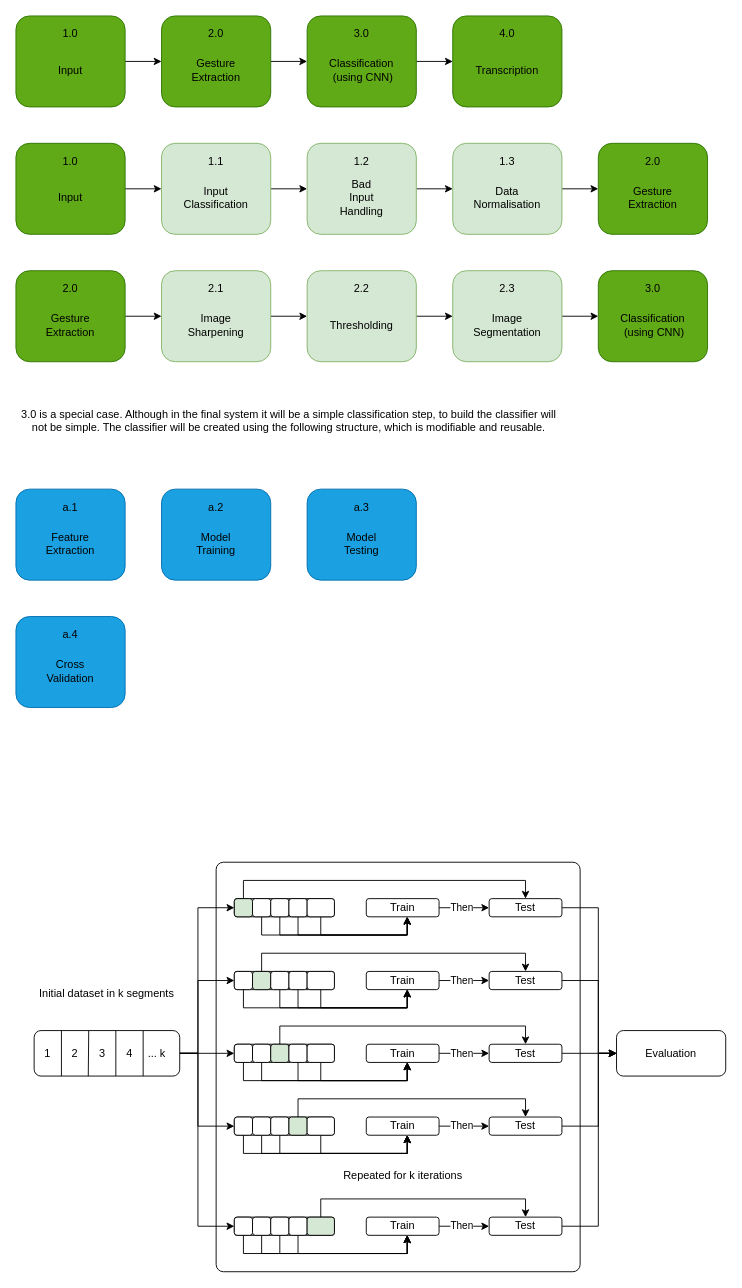
Earlier version of the draw.io diagram Untitled Diagram.drawio (Inkletblot/drawio). Source tidied: cells renumbered, new cells numbered last; positions are measured from the earlier drawing's top-left corner, leaving out a move shared by most shapes. Both pictures are drawn from the tidied source at 91%, with x=0, y=0 at pixel (15, 15).
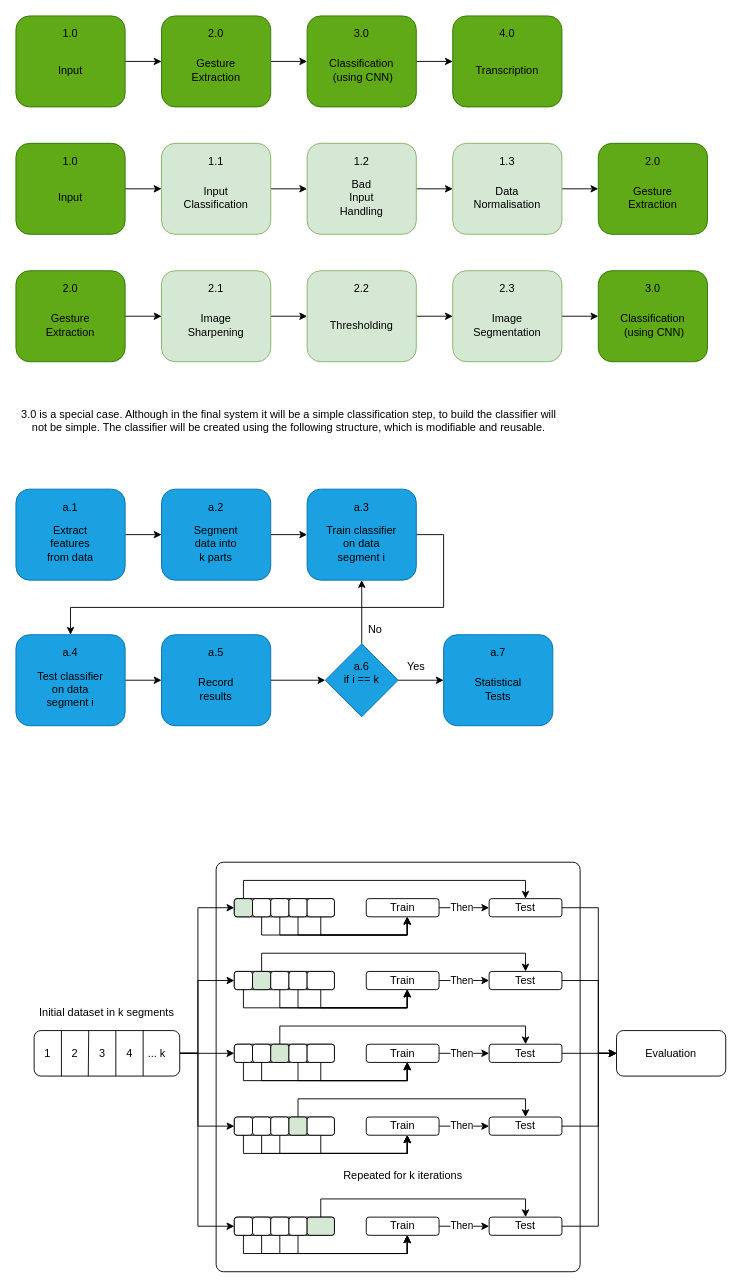
After the change.

The change refers to these unchanged cells:
```xml
<mxCell id="11" style="rounded=1;whiteSpace=wrap;html=1;fillColor=#1ba1e2;fontColor=#ffffff;strokeColor=#006EAF;" parent="1" vertex="1">
  <mxGeometry y="520" width="120" height="100" as="geometry" />
</mxCell>
<mxCell id="46" style="rounded=1;whiteSpace=wrap;html=1;fillColor=#1ba1e2;fontColor=#ffffff;strokeColor=#006EAF;" parent="1" vertex="1">
  <mxGeometry x="160" y="520" width="120" height="100" as="geometry" />
</mxCell>
<mxCell id="49" style="rounded=1;whiteSpace=wrap;html=1;fillColor=#1ba1e2;fontColor=#ffffff;strokeColor=#006EAF;" parent="1" vertex="1">
  <mxGeometry x="320" y="520" width="120" height="100" as="geometry" />
</mxCell>
```

Diff of the diagram source:
```diff
@@
+    <mxCell id="162" style="edgeStyle=orthogonalEdgeStyle;rounded=0;jettySize=auto;html=1;" parent="1" edge="1" source="11" target="46">
+      <mxGeometry relative="1" as="geometry" />
+    </mxCell>
@@
-    <mxCell id="13" value="Feature Extraction" style="text;html=1;strokeColor=none;fillColor=none;align=center;verticalAlign=middle;whiteSpace=wrap;rounded=0;" parent="1" vertex="1">
-      <mxGeometry x="40" y="570" width="40" height="20" as="geometry" />
+    <mxCell id="13" value="Extract features from data" style="text;html=1;strokeColor=none;fillColor=none;align=center;verticalAlign=middle;whiteSpace=wrap;rounded=0;" parent="1" vertex="1">
+      <mxGeometry x="30" y="570" width="60" height="20" as="geometry" />
     </mxCell>
@@
+    <mxCell id="163" style="edgeStyle=orthogonalEdgeStyle;rounded=0;jettySize=auto;html=1;" parent="1" edge="1" source="46" target="49">
+      <mxGeometry relative="1" as="geometry" />
+    </mxCell>
@@
-    <mxCell id="48" value="&lt;div&gt;Model Training&lt;/div&gt;" style="text;html=1;strokeColor=none;fillColor=none;align=center;verticalAlign=middle;whiteSpace=wrap;rounded=0;" parent="1" vertex="1">
+    <mxCell id="48" value="Segment data into k parts" style="text;html=1;strokeColor=none;fillColor=none;align=center;verticalAlign=middle;whiteSpace=wrap;rounded=0;" parent="1" vertex="1">
       <mxGeometry x="200" y="570" width="40" height="20" as="geometry" />
     </mxCell>
+    <mxCell id="164" style="edgeStyle=orthogonalEdgeStyle;rounded=0;jettySize=auto;html=1;" parent="1" edge="1" source="49" target="166">
+      <mxGeometry relative="1" as="geometry">
+        <Array as="points">
+          <mxPoint x="470" y="570" />
+          <mxPoint x="470" y="650" />
+          <mxPoint x="60" y="650" />
+        </Array>
+      </mxGeometry>
+    </mxCell>
@@
-    <mxCell id="51" value="Model Testing" style="text;html=1;strokeColor=none;fillColor=none;align=center;verticalAlign=middle;whiteSpace=wrap;rounded=0;" parent="1" vertex="1">
-      <mxGeometry x="360" y="570" width="40" height="20" as="geometry" />
+    <mxCell id="51" value="&lt;div&gt;Train classifier on data segment i&lt;/div&gt;" style="text;html=1;strokeColor=none;fillColor=none;align=center;verticalAlign=middle;whiteSpace=wrap;rounded=0;" parent="1" vertex="1">
+      <mxGeometry x="335" y="570" width="90" height="20" as="geometry" />
     </mxCell>
     <mxCell id="52" style="rounded=1;whiteSpace=wrap;html=1;fillColor=#1ba1e2;fontColor=#ffffff;strokeColor=#006EAF;" parent="1" vertex="1">
-      <mxGeometry y="660" width="120" height="100" as="geometry" />
+      <mxGeometry x="470" y="680" width="120" height="100" as="geometry" />
     </mxCell>
-    <mxCell id="53" value="a.4" style="text;html=1;strokeColor=none;fillColor=none;align=center;verticalAlign=middle;whiteSpace=wrap;rounded=0;" parent="1" vertex="1">
-      <mxGeometry x="40" y="670" width="40" height="20" as="geometry" />
+    <mxCell id="53" value="a.7" style="text;html=1;strokeColor=none;fillColor=none;align=center;verticalAlign=middle;whiteSpace=wrap;rounded=0;" parent="1" vertex="1">
+      <mxGeometry x="510" y="690" width="40" height="20" as="geometry" />
     </mxCell>
-    <mxCell id="54" value="Cross Validation" style="text;html=1;strokeColor=none;fillColor=none;align=center;verticalAlign=middle;whiteSpace=wrap;rounded=0;" parent="1" vertex="1">
-      <mxGeometry x="40" y="710" width="40" height="20" as="geometry" />
+    <mxCell id="54" value="&lt;div&gt;Statistical Tests&lt;/div&gt;" style="text;html=1;strokeColor=none;fillColor=none;align=center;verticalAlign=middle;whiteSpace=wrap;rounded=0;" parent="1" vertex="1">
+      <mxGeometry x="510" y="730" width="40" height="20" as="geometry" />
     </mxCell>
@@
     <mxCell id="75" value="Initial dataset in k segments" style="text;html=1;strokeColor=none;fillColor=none;align=center;verticalAlign=middle;whiteSpace=wrap;rounded=0;" parent="1" vertex="1">
-      <mxGeometry x="20" y="1060" width="160" height="30" as="geometry" />
+      <mxGeometry x="20" y="1080" width="160" height="30" as="geometry" />
     </mxCell>
@@
+    <mxCell id="165" style="edgeStyle=orthogonalEdgeStyle;rounded=0;jettySize=auto;html=1;" parent="1" edge="1" source="166" target="170">
+      <mxGeometry relative="1" as="geometry" />
+    </mxCell>
+    <mxCell id="166" style="rounded=1;whiteSpace=wrap;html=1;fillColor=#1ba1e2;fontColor=#ffffff;strokeColor=#006EAF;" parent="1" vertex="1">
+      <mxGeometry y="680" width="120" height="100" as="geometry" />
+    </mxCell>
+    <mxCell id="167" value="a.4" style="text;html=1;strokeColor=none;fillColor=none;align=center;verticalAlign=middle;whiteSpace=wrap;rounded=0;" parent="1" vertex="1">
+      <mxGeometry x="40" y="690" width="40" height="20" as="geometry" />
+    </mxCell>
+    <mxCell id="168" value="Test classifier on data segment i" style="text;html=1;strokeColor=none;fillColor=none;align=center;verticalAlign=middle;whiteSpace=wrap;rounded=0;" parent="1" vertex="1">
+      <mxGeometry x="15" y="730" width="90" height="20" as="geometry" />
+    </mxCell>
+    <mxCell id="169" style="edgeStyle=orthogonalEdgeStyle;rounded=0;jettySize=auto;html=1;entryX=0;entryY=0.5;entryDx=0;entryDy=0;" parent="1" edge="1" source="170" target="175">
+      <mxGeometry relative="1" as="geometry" />
+    </mxCell>
+    <mxCell id="170" style="rounded=1;whiteSpace=wrap;html=1;fillColor=#1ba1e2;fontColor=#ffffff;strokeColor=#006EAF;" parent="1" vertex="1">
+      <mxGeometry x="160" y="680" width="120" height="100" as="geometry" />
+    </mxCell>
+    <mxCell id="171" value="a.5" style="text;html=1;strokeColor=none;fillColor=none;align=center;verticalAlign=middle;whiteSpace=wrap;rounded=0;" parent="1" vertex="1">
+      <mxGeometry x="200" y="690" width="40" height="20" as="geometry" />
+    </mxCell>
+    <mxCell id="172" value="Record results" style="text;html=1;strokeColor=none;fillColor=none;align=center;verticalAlign=middle;whiteSpace=wrap;rounded=0;" parent="1" vertex="1">
+      <mxGeometry x="200" y="730" width="40" height="20" as="geometry" />
+    </mxCell>
+    <mxCell id="173" style="edgeStyle=orthogonalEdgeStyle;rounded=0;jettySize=auto;html=1;" parent="1" edge="1" source="175" target="52">
+      <mxGeometry relative="1" as="geometry" />
+    </mxCell>
+    <mxCell id="174" style="edgeStyle=orthogonalEdgeStyle;rounded=0;jettySize=auto;html=1;" parent="1" edge="1" source="175" target="49">
+      <mxGeometry relative="1" as="geometry" />
+    </mxCell>
+    <mxCell id="175" style="rhombus;whiteSpace=wrap;html=1;strokeColor=#006EAF;fillColor=#1ba1e2;fontColor=#ffffff;" parent="1" vertex="1">
+      <mxGeometry x="340" y="690" width="80" height="80" as="geometry" />
+    </mxCell>
+    <mxCell id="176" value="if i == k" style="text;html=1;strokeColor=none;fillColor=none;align=center;verticalAlign=middle;whiteSpace=wrap;rounded=0;" parent="1" vertex="1">
+      <mxGeometry x="350" y="715" width="60" height="30" as="geometry" />
+    </mxCell>
+    <mxCell id="177" value="Yes" style="text;html=1;strokeColor=none;fillColor=none;align=center;verticalAlign=middle;whiteSpace=wrap;rounded=0;" parent="1" vertex="1">
+      <mxGeometry x="410" y="700" width="60" height="30" as="geometry" />
+    </mxCell>
+    <mxCell id="178" value="No" style="text;html=1;strokeColor=none;fillColor=none;align=center;verticalAlign=middle;whiteSpace=wrap;rounded=0;" parent="1" vertex="1">
+      <mxGeometry x="365" y="660" width="60" height="30" as="geometry" />
+    </mxCell>
+    <mxCell id="179" value="a.6" style="text;html=1;strokeColor=none;fillColor=none;align=center;verticalAlign=middle;whiteSpace=wrap;rounded=0;" parent="1" vertex="1">
+      <mxGeometry x="360" y="705" width="40" height="20" as="geometry" />
+    </mxCell>
```
